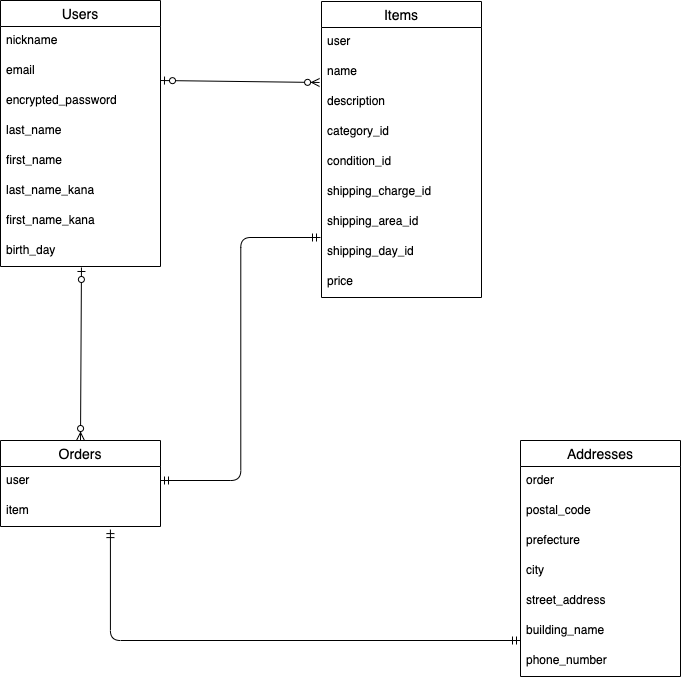
Before: furima.png, a diagram exported from draw.io (warawarakid/furima-39153). Source tidied: cells renumbered, new cells last; positions are measured from the earlier drawing's top-left corner, leaving out a move shared by most shapes.
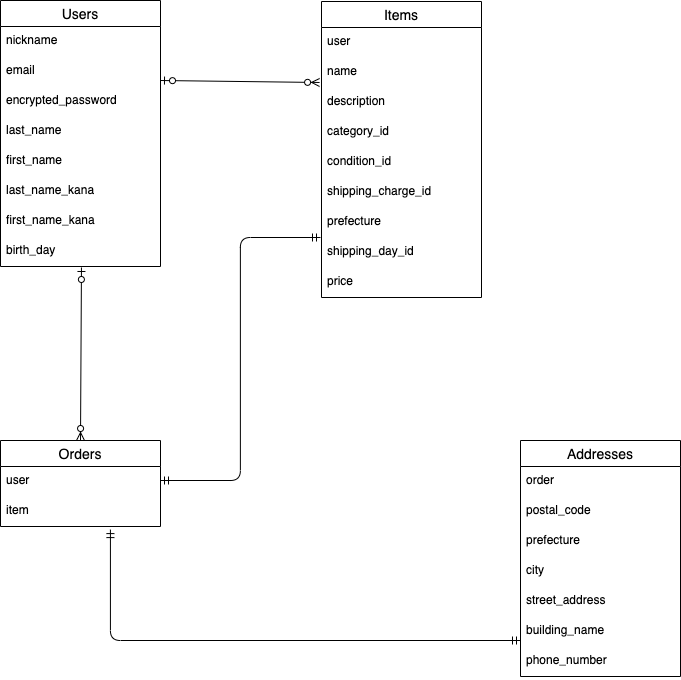
Above is the later version.

Diff of the diagram source:
```diff
@@ -50,7 +50,7 @@
     <mxCell id="17" value="shipping_charge_id" style="text;strokeColor=none;fillColor=none;spacingLeft=4;spacingRight=4;overflow=hidden;fontSize=12;" parent="11" vertex="1">
       <mxGeometry y="176" width="160" height="30" as="geometry" />
     </mxCell>
-    <mxCell id="18" value="shipping_area_id" style="text;strokeColor=none;fillColor=none;spacingLeft=4;spacingRight=4;overflow=hidden;fontSize=12;" parent="11" vertex="1">
+    <mxCell id="18" value="prefecture" style="text;strokeColor=none;fillColor=none;spacingLeft=4;spacingRight=4;overflow=hidden;fontSize=12;" parent="11" vertex="1">
       <mxGeometry y="206" width="160" height="30" as="geometry" />
     </mxCell>
     <mxCell id="19" value="shipping_day_id" style="text;strokeColor=none;fillColor=none;spacingLeft=4;spacingRight=4;overflow=hidden;fontSize=12;" parent="11" vertex="1">
```
